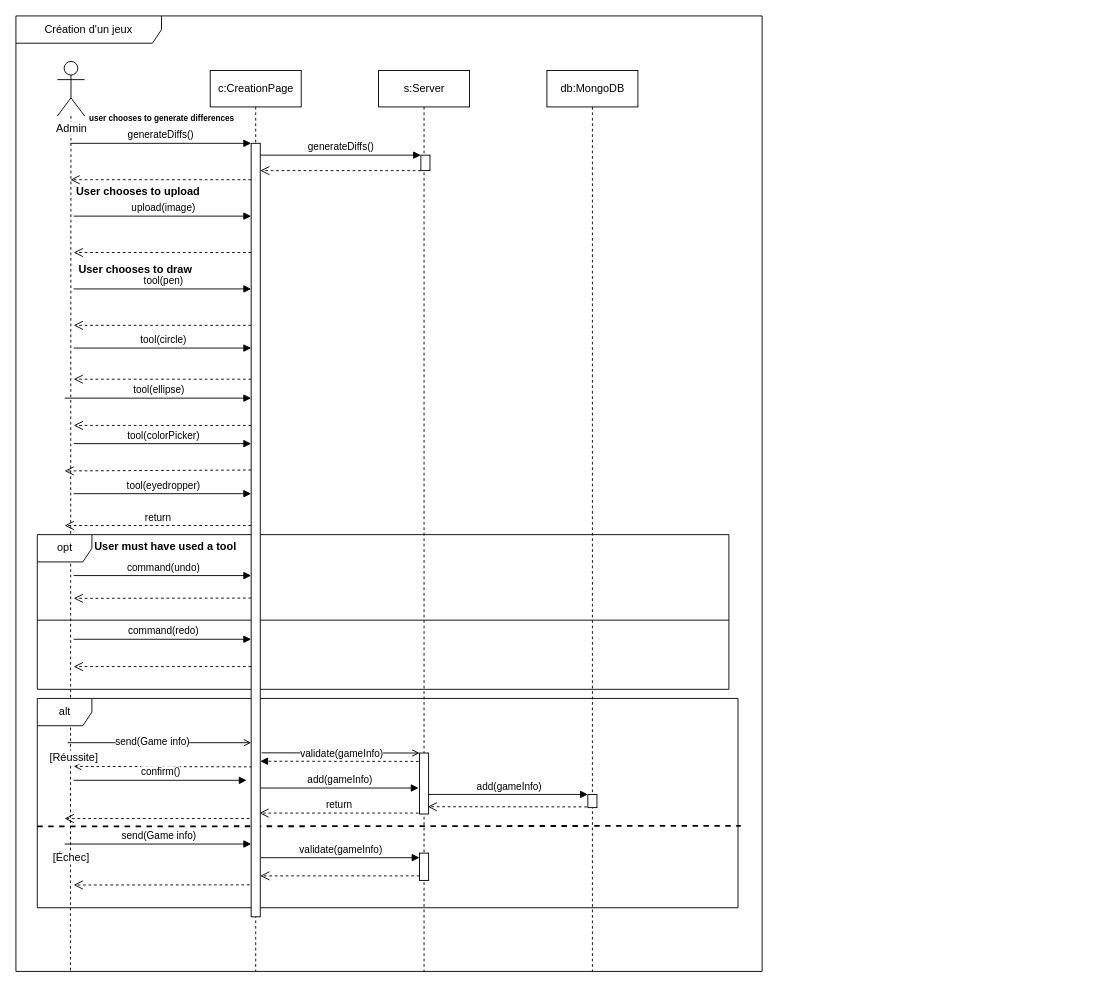
Before: page "diagramme_seq_creation" (6 of 10) of doc/diagrammes.drawio in margielamob/Cherches-Trouves-Gagnes, a draw.io diagram. Source tidied: cells renumbered, new cells numbered last; positions are measured from the earlier drawing's top-left corner, leaving out a move shared by most shapes. Both pictures are drawn from the tidied source at 91%, with x=0, y=0 at pixel (15, 15).
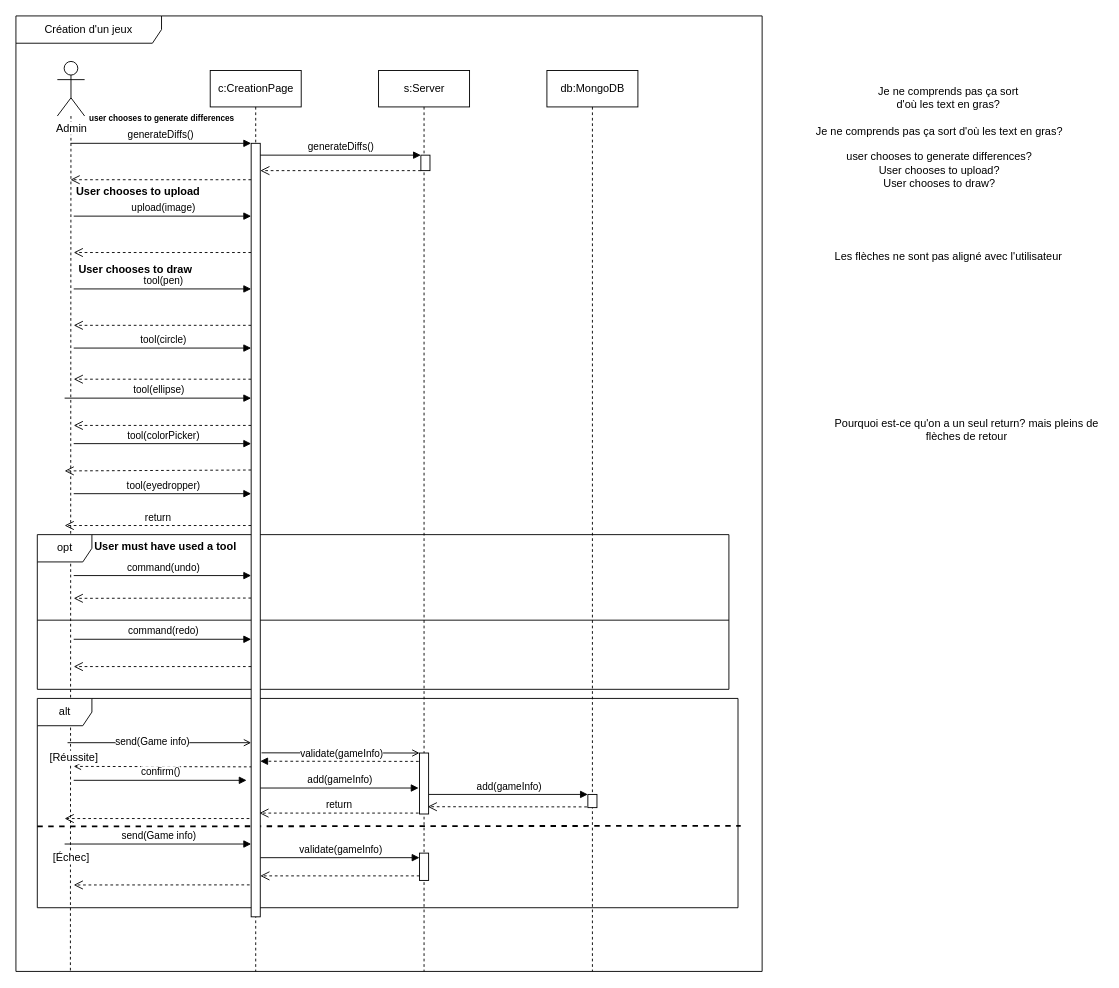
Above is the later version.

Change to the diagram source:
```diff
@@
+    <mxCell id="59" value="Je ne comprends pas ça sort d'où les text en gras?" style="text;html=1;strokeColor=none;fillColor=none;align=center;verticalAlign=middle;whiteSpace=wrap;rounded=0;" parent="1" vertex="1">
+      <mxGeometry x="945" y="75" width="160" height="30" as="geometry" />
+    </mxCell>
+    <mxCell id="60" value="Je ne comprends pas ça sort d'où les text en gras?&lt;br&gt;&lt;br&gt;user chooses to generate differences?&lt;br&gt;User chooses to upload?&lt;br&gt;User chooses to draw?" style="text;html=1;strokeColor=none;fillColor=none;align=center;verticalAlign=middle;whiteSpace=wrap;rounded=0;" parent="1" vertex="1">
+      <mxGeometry x="865" y="135" width="300" height="40" as="geometry" />
+    </mxCell>
+    <mxCell id="61" value="Les flèches ne sont pas aligné avec l'utilisateur" style="text;html=1;strokeColor=none;fillColor=none;align=center;verticalAlign=middle;whiteSpace=wrap;rounded=0;" parent="1" vertex="1">
+      <mxGeometry x="875" y="245" width="300" height="40" as="geometry" />
+    </mxCell>
+    <mxCell id="62" value="Pourquoi est-ce qu'on a un seul return? mais pleins de flèches de retour" style="text;html=1;strokeColor=none;fillColor=none;align=center;verticalAlign=middle;whiteSpace=wrap;rounded=0;" parent="1" vertex="1">
+      <mxGeometry x="895" y="435" width="300" height="40" as="geometry" />
+    </mxCell>
```
